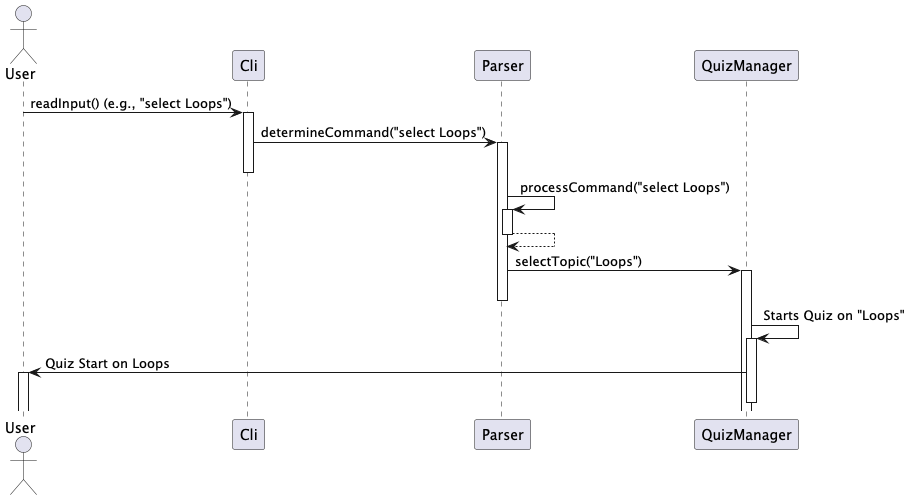
Earlier version of the PlantUML export docs/UML/ParserSequenceDiagram.png (nus-cs2113-AY2425S1/tp).
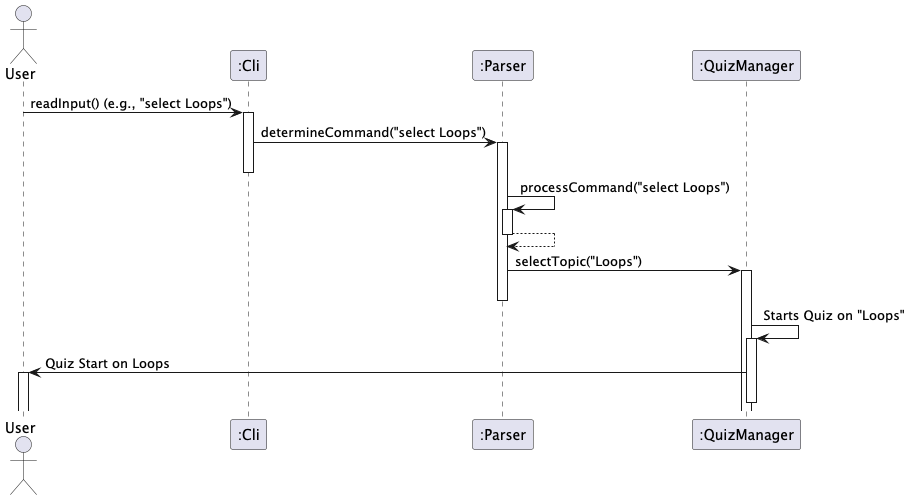
The same file after the commit.

The edit, as a diff of the source:
```diff
@@ -4,9 +4,9 @@
 
 actor User
 
-participant "Cli" as CLI
-participant "Parser" as P
-participant "QuizManager" as QM
+participant ":Cli" as CLI
+participant ":Parser" as P
+participant ":QuizManager" as QM
 
 User -> CLI : readInput() (e.g., "select Loops")
 CLI -> P : determineCommand("select Loops")
```
